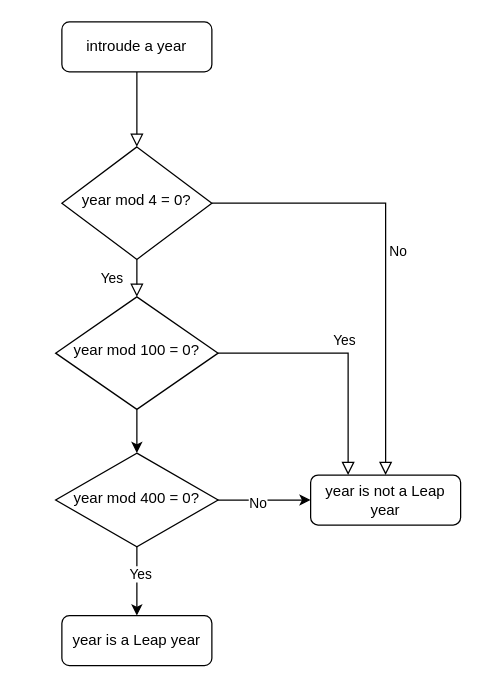
Above: Diagrama sin título.drawio in P-4all/Flowcharts (draw.io), before the change. Source tidied: cells renumbered, new cells numbered last; positions are measured from the earlier drawing's top-left corner, leaving out a move shared by most shapes. Both pictures are drawn from the tidied source at 125%, with x=0, y=0 at pixel (55, 21).
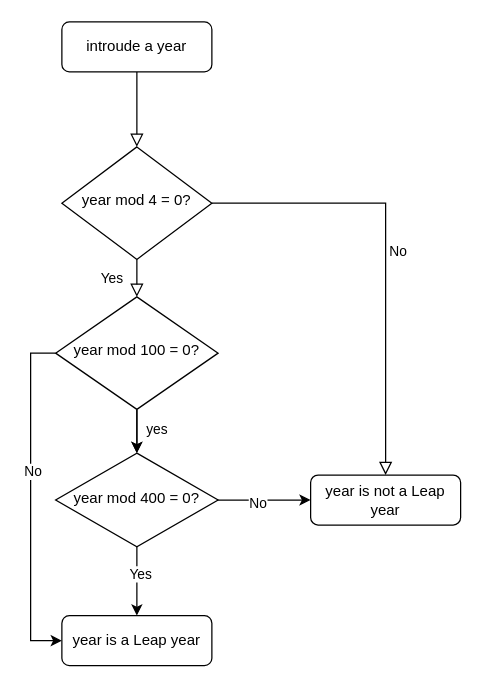
Above is the later version.

Unchanged cells that the change refers to:
```xml
<mxCell id="7" value="year is not a Leap year" style="rounded=1;whiteSpace=wrap;html=1;fontSize=12;glass=0;strokeWidth=1;shadow=0;" parent="1" vertex="1">
  <mxGeometry x="204" y="362.5" width="120" height="40" as="geometry" />
</mxCell>
<mxCell id="9" style="edgeStyle=orthogonalEdgeStyle;rounded=0;jettySize=auto;html=1;" parent="1" edge="1" source="10" target="16">
  <mxGeometry relative="1" as="geometry" />
</mxCell>
<mxCell id="10" value="year mod 100 = 0?" style="rhombus;whiteSpace=wrap;html=1;shadow=0;fontFamily=Helvetica;fontSize=12;align=center;strokeWidth=1;spacing=6;spacingTop=-4;" parent="1" vertex="1">
  <mxGeometry y="220" width="130" height="90" as="geometry" />
</mxCell>
<mxCell id="11" value="year is a Leap year" style="rounded=1;whiteSpace=wrap;html=1;fontSize=12;glass=0;strokeWidth=1;shadow=0;" parent="1" vertex="1">
  <mxGeometry x="5" y="475" width="120" height="40" as="geometry" />
</mxCell>
<mxCell id="16" value="year mod 400 = 0?" style="rhombus;whiteSpace=wrap;html=1;shadow=0;fontFamily=Helvetica;fontSize=12;align=center;strokeWidth=1;spacing=6;spacingTop=-4;" parent="1" vertex="1">
  <mxGeometry y="345" width="130" height="75" as="geometry" />
</mxCell>
```

The edit, as a diff of the source:
```diff
@@
-    <mxCell id="8" value="Yes" style="edgeStyle=orthogonalEdgeStyle;rounded=0;html=1;jettySize=auto;fontSize=11;endArrow=block;endFill=0;endSize=8;strokeWidth=1;shadow=0;labelBackgroundColor=none;entryX=0.25;entryY=0;entryDx=0;entryDy=0;" parent="1" edge="1" source="10" target="7">
-      <mxGeometry y="10" relative="1" as="geometry" />
-    </mxCell>
@@
+    <mxCell id="17" value="yes" style="edgeLabel;html=1;align=center;verticalAlign=middle;" parent="9" vertex="1">
+      <mxGeometry x="0.11" y="2" relative="1" as="geometry">
+        <mxPoint x="13" as="offset" />
+      </mxGeometry>
+    </mxCell>
+    <mxCell id="18" style="edgeStyle=orthogonalEdgeStyle;rounded=0;jettySize=auto;html=1;exitX=0;exitY=0.5;exitDx=0;exitDy=0;entryX=0;entryY=0.5;entryDx=0;entryDy=0;" parent="1" edge="1" source="10" target="11">
+      <mxGeometry relative="1" as="geometry" />
+    </mxCell>
+    <mxCell id="19" value="No" style="edgeLabel;html=1;align=center;verticalAlign=middle;" parent="18" vertex="1">
+      <mxGeometry x="-0.17" y="1" relative="1" as="geometry" />
+    </mxCell>
+    <mxCell id="20" style="edgeStyle=orthogonalEdgeStyle;rounded=0;jettySize=auto;html=1;" parent="1" edge="1" source="10" target="16">
+      <mxGeometry relative="1" as="geometry" />
+    </mxCell>
```
